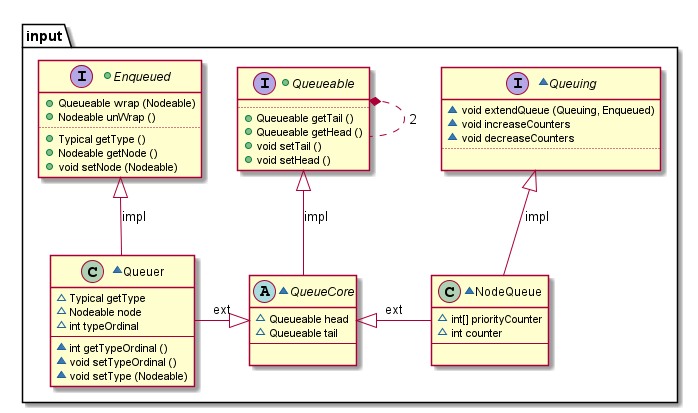
Before: src/main/resources/UML/input/input.png, a diagram exported from PlantUML (vitalispopoff/calculator). Its diagram source:
```plantuml
@startuml
package input {

    +interface Queueable{
        ..
            +{method} Queueable getTail ()
            +{method} Queueable getHead ()
            +{method} void setTail ()
            +{method} void setHead ()
        }

    ~abstract class QueueCore{
            ~{field} Queueable head
            ~{field} Queueable tail
        --

    }

    ~interface Queuing{
            ~{method} void extendQueue (Queuing, Enqueued)
            ~{method} void increaseCounters
            ~{method} void decreaseCounters
            ..

    }

    ~class NodeQueue{
            ~{field} int[] priorityCounter
            ~{field} int counter
        --

    }

    +interface Enqueued {
            +{method} Queueable wrap (Nodeable)
            +{method} Nodeable unWrap ()
        ..
            +{method} Typical getType ()
            +{method} Nodeable getNode ()
            +{method} void setNode (Nodeable)
    }

    ~class Queuer{
            ~{field} Typical getType
            ~{field} Nodeable node
            ~{field} int typeOrdinal
        --
            ~{method} int getTypeOrdinal ()
            ~{method} void setTypeOrdinal ()
            ~{method} void setType (Nodeable)
    }

    Enqueued    <|--    Queuer      :   impl
    Queueable   <|--    QueueCore   :   impl
    Queuing     <|--    NodeQueue   :   impl

    QueueCore   <|-     NodeQueue   :   ext
    Queuer      -|>     QueueCore   :   ext

    Queueable   *..    Queueable    :   2

}
@enduml
```
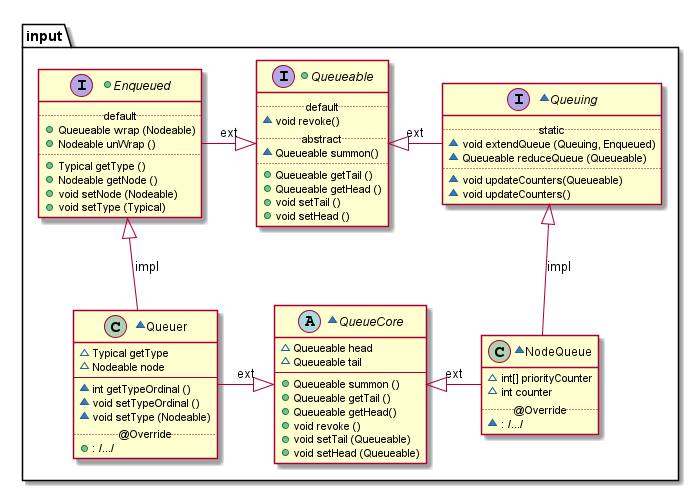
Later version of the same file.

Commit message:
structural pattern for input package available for implementation and tests

Change to the diagram source:
```diff
@@ -2,6 +2,10 @@
 package input {
 
     +interface Queueable{
+        ..default..
+            ~{method} void revoke()
+        ..abstract..
+            ~{method} Queueable summon()
         ..
             +{method} Queueable getTail ()
             +{method} Queueable getHead ()
@@ -13,51 +17,59 @@
             ~{field} Queueable head
             ~{field} Queueable tail
         --
-
+            +{method} Queueable summon ()
+            +{method} Queueable getTail ()
+            +{method} Queueable getHead()
+            +{method} void revoke ()
+            +{method} void setTail (Queueable)
+            +{method} void setHead (Queueable)
     }
 
     ~interface Queuing{
+        ..static..
             ~{method} void extendQueue (Queuing, Enqueued)
-            ~{method} void increaseCounters
-            ~{method} void decreaseCounters
-            ..
-
+            ~{method} Queueable reduceQueue (Queueable)
+        ..
+            ~{method} void updateCounters(Queueable)
+            ~{method} void updateCounters()
     }
 
     ~class NodeQueue{
             ~{field} int[] priorityCounter
             ~{field} int counter
-        --
-
+        ..@Override..
+            ~{method} : /.../
     }
 
     +interface Enqueued {
+        ..default..
             +{method} Queueable wrap (Nodeable)
             +{method} Nodeable unWrap ()
         ..
             +{method} Typical getType ()
             +{method} Nodeable getNode ()
             +{method} void setNode (Nodeable)
+            +{method} void setType (Typical)
     }
 
     ~class Queuer{
             ~{field} Typical getType
             ~{field} Nodeable node
-            ~{field} int typeOrdinal
         --
             ~{method} int getTypeOrdinal ()
             ~{method} void setTypeOrdinal ()
             ~{method} void setType (Nodeable)
+        ..@Override..
+            +{method} : /.../
     }
 
-    Enqueued    <|--    Queuer      :   impl
-    Queueable   <|--    QueueCore   :   impl
-    Queuing     <|--    NodeQueue   :   impl
+    Enqueued    -|>     Queueable   :   ext
+    Queueable   <|-     Queuing     :   ext
 
     QueueCore   <|-     NodeQueue   :   ext
     Queuer      -|>     QueueCore   :   ext
 
-    Queueable   *..    Queueable    :   2
-
+    Enqueued    <|--    Queuer      :   impl
+    Queuing     <|--    NodeQueue   :   impl
 }
 @enduml
```
